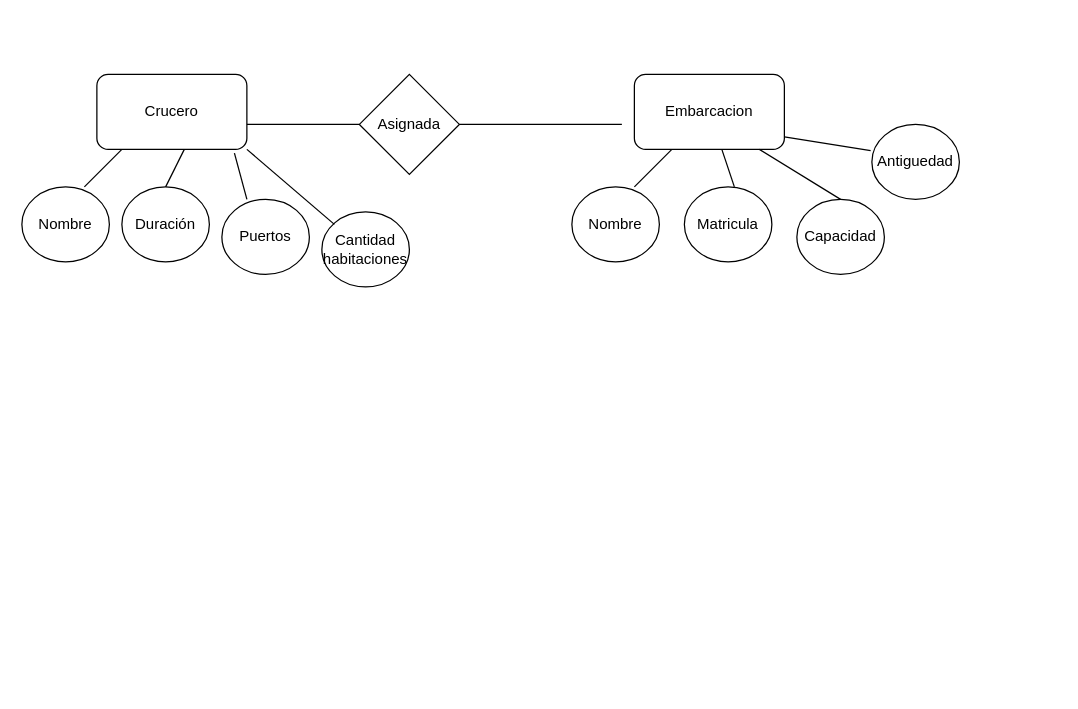
Before: Tp3.drawio in kevinld93/Diagramas, a draw.io diagram. Source tidied: cells renumbered, new cells numbered last; positions are measured from the earlier drawing's top-left corner, leaving out a move shared by most shapes. Both pictures are drawn from the tidied source at 125%, with x=0, y=0 at pixel (21, 74).
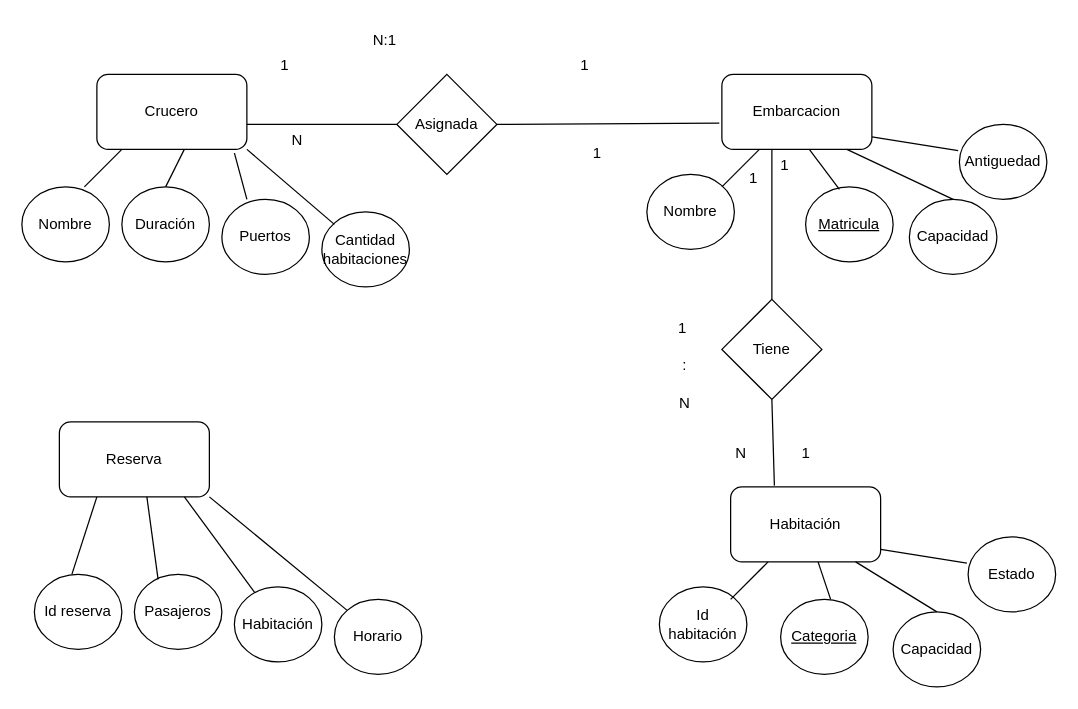
Above is the later version.

The edit, as a diff of the source:
```diff
@@
     <mxCell id="2" value="Embarcacion" style="rounded=1;whiteSpace=wrap;html=1;" parent="1" vertex="1">
-      <mxGeometry x="490" width="120" height="60" as="geometry" />
+      <mxGeometry x="560" width="120" height="60" as="geometry" />
     </mxCell>
-    <mxCell id="3" value="Matricula" style="ellipse;whiteSpace=wrap;html=1;" parent="1" vertex="1">
-      <mxGeometry x="530" y="90" width="70" height="60" as="geometry" />
+    <mxCell id="3" value="&lt;u&gt;Matricula&lt;/u&gt;" style="ellipse;whiteSpace=wrap;html=1;" parent="1" vertex="1">
+      <mxGeometry x="627" y="90" width="70" height="60" as="geometry" />
     </mxCell>
     <mxCell id="4" value="Capacidad" style="ellipse;whiteSpace=wrap;html=1;" parent="1" vertex="1">
-      <mxGeometry x="620" y="100" width="70" height="60" as="geometry" />
+      <mxGeometry x="710" y="100" width="70" height="60" as="geometry" />
     </mxCell>
     <mxCell id="5" value="Nombre" style="ellipse;whiteSpace=wrap;html=1;" parent="1" vertex="1">
-      <mxGeometry x="440" y="90" width="70" height="60" as="geometry" />
+      <mxGeometry x="500" y="80" width="70" height="60" as="geometry" />
     </mxCell>
     <mxCell id="6" style="endArrow=none;html=1;rounded=0;" parent="1" edge="1">
       <mxGeometry relative="1" as="geometry">
-        <mxPoint x="490" y="90" as="sourcePoint" />
-        <mxPoint x="520" y="60" as="targetPoint" />
+        <mxPoint x="560" y="90" as="sourcePoint" />
+        <mxPoint x="590" y="60" as="targetPoint" />
       </mxGeometry>
     </mxCell>
-    <mxCell id="7" style="endArrow=none;html=1;rounded=0;entryX=0.583;entryY=1;entryDx=0;entryDy=0;entryPerimeter=0;" parent="1" edge="1" target="2">
-      <mxGeometry relative="1" as="geometry">
-        <mxPoint x="570" y="90" as="sourcePoint" />
-      </mxGeometry>
+    <mxCell id="7" style="endArrow=none;html=1;rounded=0;entryX=0.583;entryY=1;entryDx=0;entryDy=0;entryPerimeter=0;exitX=0.386;exitY=0.033;exitDx=0;exitDy=0;exitPerimeter=0;" parent="1" edge="1" source="3" target="2">
+      <mxGeometry relative="1" as="geometry" />
     </mxCell>
     <mxCell id="8" style="endArrow=none;html=1;rounded=0;entryX=1;entryY=1;entryDx=0;entryDy=0;exitX=0.5;exitY=0;exitDx=0;exitDy=0;" parent="1" edge="1" source="4">
       <mxGeometry relative="1" as="geometry">
-        <mxPoint x="590" y="60" as="targetPoint" />
+        <mxPoint x="660" y="60" as="targetPoint" />
       </mxGeometry>
     </mxCell>
@@
     <mxCell id="14" value="Asignada" style="rhombus;whiteSpace=wrap;html=1;" parent="1" vertex="1">
-      <mxGeometry x="270" width="80" height="80" as="geometry" />
+      <mxGeometry x="300" width="80" height="80" as="geometry" />
     </mxCell>
@@
-    <mxCell id="16" style="endArrow=none;html=1;rounded=0;" parent="1" edge="1">
-      <mxGeometry relative="1" as="geometry">
-        <mxPoint x="350" y="40" as="sourcePoint" />
-        <mxPoint x="480" y="40" as="targetPoint" />
-      </mxGeometry>
+    <mxCell id="16" style="endArrow=none;html=1;rounded=0;exitX=1;exitY=0.5;exitDx=0;exitDy=0;entryX=-0.017;entryY=0.65;entryDx=0;entryDy=0;entryPerimeter=0;" parent="1" edge="1" source="14" target="2">
+      <mxGeometry relative="1" as="geometry" />
     </mxCell>
     <mxCell id="17" value="Antiguedad" style="ellipse;whiteSpace=wrap;html=1;" parent="1" vertex="1">
-      <mxGeometry x="680" y="40" width="70" height="60" as="geometry" />
+      <mxGeometry x="750" y="40" width="70" height="60" as="geometry" />
     </mxCell>
     <mxCell id="18" style="endArrow=none;html=1;rounded=0;entryX=-0.014;entryY=0.35;entryDx=0;entryDy=0;entryPerimeter=0;" parent="1" edge="1" target="17">
       <mxGeometry relative="1" as="geometry">
-        <mxPoint x="610" y="50" as="sourcePoint" />
+        <mxPoint x="680" y="50" as="sourcePoint" />
       </mxGeometry>
     </mxCell>
@@
+    <mxCell id="23" value="1" style="text;html=1;align=center;verticalAlign=middle;strokeColor=none;fillColor=none;" parent="1" vertex="1">
+      <mxGeometry x="195" y="-22" width="30" height="30" as="geometry" />
+    </mxCell>
+    <mxCell id="24" value="N" style="text;html=1;align=center;verticalAlign=middle;strokeColor=none;fillColor=none;" parent="1" vertex="1">
+      <mxGeometry x="205" y="38" width="30" height="30" as="geometry" />
+    </mxCell>
+    <mxCell id="25" value="1" style="text;html=1;align=center;verticalAlign=middle;strokeColor=none;fillColor=none;" parent="1" vertex="1">
+      <mxGeometry x="435" y="-22" width="30" height="30" as="geometry" />
+    </mxCell>
+    <mxCell id="26" value="1" style="text;html=1;align=center;verticalAlign=middle;strokeColor=none;fillColor=none;" parent="1" vertex="1">
+      <mxGeometry x="445" y="48" width="30" height="30" as="geometry" />
+    </mxCell>
+    <mxCell id="27" value="Habitación" style="rounded=1;whiteSpace=wrap;html=1;" parent="1" vertex="1">
+      <mxGeometry x="567" y="330" width="120" height="60" as="geometry" />
+    </mxCell>
+    <mxCell id="28" value="&lt;u&gt;Categoria&lt;/u&gt;" style="ellipse;whiteSpace=wrap;html=1;" parent="1" vertex="1">
+      <mxGeometry x="607" y="420" width="70" height="60" as="geometry" />
+    </mxCell>
+    <mxCell id="29" value="Capacidad" style="ellipse;whiteSpace=wrap;html=1;" parent="1" vertex="1">
+      <mxGeometry x="697" y="430" width="70" height="60" as="geometry" />
+    </mxCell>
+    <mxCell id="30" value="Id habitación" style="ellipse;whiteSpace=wrap;html=1;" parent="1" vertex="1">
+      <mxGeometry x="510" y="410" width="70" height="60" as="geometry" />
+    </mxCell>
+    <mxCell id="31" style="endArrow=none;html=1;rounded=0;" parent="1" edge="1">
+      <mxGeometry relative="1" as="geometry">
+        <mxPoint x="567" y="420" as="sourcePoint" />
+        <mxPoint x="597" y="390" as="targetPoint" />
+      </mxGeometry>
+    </mxCell>
+    <mxCell id="32" style="endArrow=none;html=1;rounded=0;entryX=0.583;entryY=1;entryDx=0;entryDy=0;entryPerimeter=0;" parent="1" edge="1" target="27">
+      <mxGeometry relative="1" as="geometry">
+        <mxPoint x="647" y="420" as="sourcePoint" />
+      </mxGeometry>
+    </mxCell>
+    <mxCell id="33" style="endArrow=none;html=1;rounded=0;entryX=1;entryY=1;entryDx=0;entryDy=0;exitX=0.5;exitY=0;exitDx=0;exitDy=0;" parent="1" edge="1" source="29">
+      <mxGeometry relative="1" as="geometry">
+        <mxPoint x="667" y="390" as="targetPoint" />
+      </mxGeometry>
+    </mxCell>
+    <mxCell id="34" value="Estado" style="ellipse;whiteSpace=wrap;html=1;" parent="1" vertex="1">
+      <mxGeometry x="757" y="370" width="70" height="60" as="geometry" />
+    </mxCell>
+    <mxCell id="35" style="endArrow=none;html=1;rounded=0;entryX=-0.014;entryY=0.35;entryDx=0;entryDy=0;entryPerimeter=0;" parent="1" edge="1" target="34">
+      <mxGeometry relative="1" as="geometry">
+        <mxPoint x="687" y="380" as="sourcePoint" />
+      </mxGeometry>
+    </mxCell>
+    <mxCell id="36" style="endArrow=none;html=1;rounded=0;entryX=0.5;entryY=1;entryDx=0;entryDy=0;exitX=0.617;exitY=-0.017;exitDx=0;exitDy=0;exitPerimeter=0;" parent="1" edge="1" target="37">
+      <mxGeometry relative="1" as="geometry">
+        <mxPoint x="602" y="329" as="sourcePoint" />
+      </mxGeometry>
+    </mxCell>
+    <mxCell id="37" value="Tiene" style="rhombus;whiteSpace=wrap;html=1;" parent="1" vertex="1">
+      <mxGeometry x="560" y="180" width="80" height="80" as="geometry" />
+    </mxCell>
+    <mxCell id="38" style="endArrow=none;html=1;rounded=0;" parent="1" edge="1" source="37">
+      <mxGeometry relative="1" as="geometry">
+        <mxPoint x="600" y="60" as="targetPoint" />
+      </mxGeometry>
+    </mxCell>
+    <mxCell id="39" value="1" style="text;html=1;align=center;verticalAlign=middle;strokeColor=none;fillColor=none;" parent="1" vertex="1">
+      <mxGeometry x="595" y="58" width="30" height="30" as="geometry" />
+    </mxCell>
+    <mxCell id="40" value="1" style="text;html=1;align=center;verticalAlign=middle;strokeColor=none;fillColor=none;" parent="1" vertex="1">
+      <mxGeometry x="570" y="68" width="30" height="30" as="geometry" />
+    </mxCell>
+    <mxCell id="41" value="N" style="text;html=1;align=center;verticalAlign=middle;strokeColor=none;fillColor=none;" parent="1" vertex="1">
+      <mxGeometry x="560" y="288" width="30" height="30" as="geometry" />
+    </mxCell>
+    <mxCell id="42" value="1" style="text;html=1;align=center;verticalAlign=middle;strokeColor=none;fillColor=none;" parent="1" vertex="1">
+      <mxGeometry x="612" y="288" width="30" height="30" as="geometry" />
+    </mxCell>
+    <mxCell id="43" value="N:1" style="text;html=1;align=center;verticalAlign=middle;strokeColor=none;fillColor=none;" parent="1" vertex="1">
+      <mxGeometry x="270" y="-42" width="40" height="30" as="geometry" />
+    </mxCell>
+    <mxCell id="44" value="N" style="text;html=1;align=center;verticalAlign=middle;strokeColor=none;fillColor=none;" parent="1" vertex="1">
+      <mxGeometry x="515" y="248" width="30" height="30" as="geometry" />
+    </mxCell>
+    <mxCell id="45" value=":" style="text;html=1;align=center;verticalAlign=middle;strokeColor=none;fillColor=none;" parent="1" vertex="1">
+      <mxGeometry x="515" y="218" width="30" height="30" as="geometry" />
+    </mxCell>
+    <mxCell id="46" value="&amp;nbsp; &amp;nbsp; &amp;nbsp;1" style="text;html=1;align=center;verticalAlign=middle;strokeColor=none;fillColor=none;" parent="1" vertex="1">
+      <mxGeometry x="495" y="188" width="50" height="30" as="geometry" />
+    </mxCell>
+    <mxCell id="47" value="Reserva" style="rounded=1;whiteSpace=wrap;html=1;" parent="1" vertex="1">
+      <mxGeometry x="30" y="278" width="120" height="60" as="geometry" />
+    </mxCell>
+    <mxCell id="48" value="Pasajeros" style="ellipse;whiteSpace=wrap;html=1;" parent="1" vertex="1">
+      <mxGeometry x="90" y="400" width="70" height="60" as="geometry" />
+    </mxCell>
+    <mxCell id="49" value="Id reserva" style="ellipse;whiteSpace=wrap;html=1;" parent="1" vertex="1">
+      <mxGeometry x="10" y="400" width="70" height="60" as="geometry" />
+    </mxCell>
+    <mxCell id="50" value="Habitación" style="ellipse;whiteSpace=wrap;html=1;" parent="1" vertex="1">
+      <mxGeometry x="170" y="410" width="70" height="60" as="geometry" />
+    </mxCell>
+    <mxCell id="51" value="Horario" style="ellipse;whiteSpace=wrap;html=1;" parent="1" vertex="1">
+      <mxGeometry x="250" y="420" width="70" height="60" as="geometry" />
+    </mxCell>
+    <mxCell id="52" style="endArrow=none;html=1;rounded=0;entryX=0.25;entryY=1;entryDx=0;entryDy=0;" parent="1" edge="1" target="47">
+      <mxGeometry relative="1" as="geometry">
+        <mxPoint x="40" y="400" as="sourcePoint" />
+      </mxGeometry>
+    </mxCell>
+    <mxCell id="53" style="endArrow=none;html=1;rounded=0;exitX=0.271;exitY=0.067;exitDx=0;exitDy=0;exitPerimeter=0;" parent="1" edge="1" source="48">
+      <mxGeometry relative="1" as="geometry">
+        <mxPoint x="100" y="338" as="targetPoint" />
+      </mxGeometry>
+    </mxCell>
+    <mxCell id="54" style="endArrow=none;html=1;rounded=0;" parent="1" edge="1" source="50">
+      <mxGeometry relative="1" as="geometry">
+        <mxPoint x="130" y="338" as="targetPoint" />
+      </mxGeometry>
+    </mxCell>
+    <mxCell id="55" style="endArrow=none;html=1;rounded=0;entryX=0;entryY=0;entryDx=0;entryDy=0;exitX=1;exitY=1;exitDx=0;exitDy=0;" parent="1" edge="1" source="47" target="51">
+      <mxGeometry relative="1" as="geometry" />
+    </mxCell>
```
